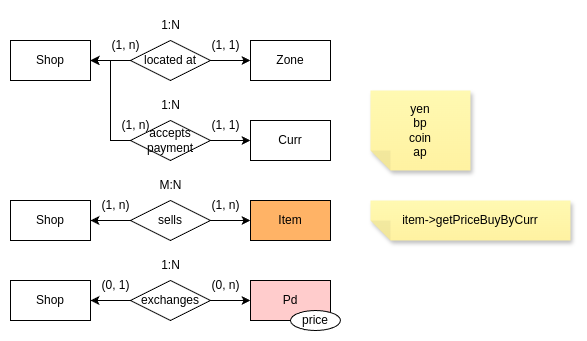
Earlier version of the draw.io export mysql/dia/kingin-er-shop.drawio.png (morenopilaralejandro/kingin). Source tidied: cells renumbered, new cells last; positions are measured from the earlier drawing's top-left corner, leaving out a move shared by most shapes. Source of this version:
```xml
<mxGraphModel>
  <root>
    <mxCell id="0" />
    <mxCell id="1" parent="0" />
    <mxCell id="2" value="Shop" style="rounded=0;whiteSpace=wrap;html=1;" parent="1" vertex="1">
      <mxGeometry y="30" width="80" height="40" as="geometry" />
    </mxCell>
    <mxCell id="3" value="Zone" style="rounded=0;whiteSpace=wrap;html=1;" parent="1" vertex="1">
      <mxGeometry x="240" y="30" width="80" height="40" as="geometry" />
    </mxCell>
    <mxCell id="4" style="edgeStyle=orthogonalEdgeStyle;rounded=0;jettySize=auto;html=1;" parent="1" edge="1" source="6" target="3">
      <mxGeometry relative="1" as="geometry" />
    </mxCell>
    <mxCell id="5" style="edgeStyle=orthogonalEdgeStyle;rounded=0;jettySize=auto;html=1;exitX=0;exitY=0.5;exitDx=0;exitDy=0;entryX=1;entryY=0.5;entryDx=0;entryDy=0;" parent="1" edge="1" source="6" target="2">
      <mxGeometry relative="1" as="geometry" />
    </mxCell>
    <mxCell id="6" value="located at" style="rhombus;whiteSpace=wrap;html=1;" parent="1" vertex="1">
      <mxGeometry x="120" y="30" width="80" height="40" as="geometry" />
    </mxCell>
    <mxCell id="7" value="Shop" style="rounded=0;whiteSpace=wrap;html=1;" parent="1" vertex="1">
      <mxGeometry y="190" width="80" height="40" as="geometry" />
    </mxCell>
    <mxCell id="8" style="edgeStyle=orthogonalEdgeStyle;rounded=0;jettySize=auto;html=1;" parent="1" edge="1" source="10" target="11">
      <mxGeometry relative="1" as="geometry" />
    </mxCell>
    <mxCell id="9" style="edgeStyle=orthogonalEdgeStyle;rounded=0;jettySize=auto;html=1;" parent="1" edge="1" source="10" target="7">
      <mxGeometry relative="1" as="geometry" />
    </mxCell>
    <mxCell id="10" value="sells" style="rhombus;whiteSpace=wrap;html=1;" parent="1" vertex="1">
      <mxGeometry x="120" y="190" width="80" height="40" as="geometry" />
    </mxCell>
    <mxCell id="11" value="Item" style="rounded=0;whiteSpace=wrap;html=1;fillColor=#FFB366;" parent="1" vertex="1">
      <mxGeometry x="240" y="190" width="80" height="40" as="geometry" />
    </mxCell>
    <mxCell id="12" value="Curr" style="rounded=0;whiteSpace=wrap;html=1;" parent="1" vertex="1">
      <mxGeometry x="240" y="110" width="80" height="40" as="geometry" />
    </mxCell>
    <mxCell id="13" value="&lt;div&gt;&lt;span style=&quot;background-color: initial;&quot;&gt;item-&amp;gt;getPriceBuyByCurr&lt;/span&gt;&lt;/div&gt;" style="shape=note;whiteSpace=wrap;html=1;backgroundOutline=1;fontColor=#000000;darkOpacity=0.05;fillColor=#FFF9B2;strokeColor=none;fillStyle=solid;direction=west;gradientDirection=north;gradientColor=#FFF2A1;shadow=1;size=20;" parent="1" vertex="1">
      <mxGeometry x="360" y="190" width="200" height="40" as="geometry" />
    </mxCell>
    <mxCell id="14" value="(1, 1)" style="text;html=1;align=center;verticalAlign=middle;strokeColor=none;fillColor=none;" parent="1" vertex="1">
      <mxGeometry x="190" y="20" width="50" height="30" as="geometry" />
    </mxCell>
    <mxCell id="15" value="(1, n)" style="text;html=1;align=center;verticalAlign=middle;strokeColor=none;fillColor=none;" parent="1" vertex="1">
      <mxGeometry x="90" y="20" width="50" height="30" as="geometry" />
    </mxCell>
    <mxCell id="16" value="1:N" style="text;html=1;align=center;verticalAlign=middle;strokeColor=none;fillColor=none;" parent="1" vertex="1">
      <mxGeometry x="140" width="40" height="30" as="geometry" />
    </mxCell>
    <mxCell id="17" value="M&lt;span style=&quot;background-color: initial;&quot;&gt;:N&lt;/span&gt;" style="text;html=1;align=center;verticalAlign=middle;strokeColor=none;fillColor=none;" parent="1" vertex="1">
      <mxGeometry x="135" y="160" width="50" height="30" as="geometry" />
    </mxCell>
    <mxCell id="18" value="(1, n&lt;span style=&quot;background-color: initial;&quot;&gt;)&lt;/span&gt;" style="text;html=1;align=center;verticalAlign=middle;strokeColor=none;fillColor=none;" parent="1" vertex="1">
      <mxGeometry x="190" y="180" width="50" height="30" as="geometry" />
    </mxCell>
    <mxCell id="19" value="(1, n)" style="text;html=1;align=center;verticalAlign=middle;strokeColor=none;fillColor=none;" parent="1" vertex="1">
      <mxGeometry x="80" y="180" width="50" height="30" as="geometry" />
    </mxCell>
    <mxCell id="20" value="Shop" style="rounded=0;whiteSpace=wrap;html=1;" parent="1" vertex="1">
      <mxGeometry y="270" width="80" height="40" as="geometry" />
    </mxCell>
    <mxCell id="21" style="edgeStyle=orthogonalEdgeStyle;rounded=0;jettySize=auto;html=1;" parent="1" edge="1" source="23" target="24">
      <mxGeometry relative="1" as="geometry" />
    </mxCell>
    <mxCell id="22" style="edgeStyle=orthogonalEdgeStyle;rounded=0;jettySize=auto;html=1;" parent="1" edge="1" source="23" target="20">
      <mxGeometry relative="1" as="geometry" />
    </mxCell>
    <mxCell id="23" value="exchanges" style="rhombus;whiteSpace=wrap;html=1;" parent="1" vertex="1">
      <mxGeometry x="120" y="270" width="80" height="40" as="geometry" />
    </mxCell>
    <mxCell id="24" value="Pd" style="rounded=0;whiteSpace=wrap;html=1;fillColor=#FFCCCC;" parent="1" vertex="1">
      <mxGeometry x="240" y="270" width="80" height="40" as="geometry" />
    </mxCell>
    <mxCell id="25" value="(0&lt;span style=&quot;background-color: initial;&quot;&gt;, n&lt;/span&gt;&lt;span style=&quot;background-color: initial;&quot;&gt;)&lt;/span&gt;" style="text;html=1;align=center;verticalAlign=middle;strokeColor=none;fillColor=none;" parent="1" vertex="1">
      <mxGeometry x="190" y="260" width="50" height="30" as="geometry" />
    </mxCell>
    <mxCell id="26" value="(0&lt;span style=&quot;background-color: initial;&quot;&gt;, 1&lt;/span&gt;&lt;span style=&quot;background-color: initial;&quot;&gt;)&lt;/span&gt;" style="text;html=1;align=center;verticalAlign=middle;strokeColor=none;fillColor=none;" parent="1" vertex="1">
      <mxGeometry x="80" y="260" width="50" height="30" as="geometry" />
    </mxCell>
    <mxCell id="27" value="1:N" style="text;html=1;align=center;verticalAlign=middle;strokeColor=none;fillColor=none;" parent="1" vertex="1">
      <mxGeometry x="140" y="240" width="40" height="30" as="geometry" />
    </mxCell>
    <mxCell id="28" value="price" style="ellipse;whiteSpace=wrap;html=1;" parent="1" vertex="1">
      <mxGeometry x="280" y="300" width="50" height="20" as="geometry" />
    </mxCell>
    <mxCell id="29" style="edgeStyle=orthogonalEdgeStyle;rounded=0;jettySize=auto;html=1;" parent="1" edge="1" source="31" target="12">
      <mxGeometry relative="1" as="geometry" />
    </mxCell>
    <mxCell id="30" style="edgeStyle=orthogonalEdgeStyle;rounded=0;jettySize=auto;html=1;entryX=1;entryY=0.5;entryDx=0;entryDy=0;" parent="1" edge="1" source="31" target="2">
      <mxGeometry relative="1" as="geometry" />
    </mxCell>
    <mxCell id="31" value="accepts payment" style="rhombus;whiteSpace=wrap;html=1;" parent="1" vertex="1">
      <mxGeometry x="120" y="110" width="80" height="40" as="geometry" />
    </mxCell>
    <mxCell id="32" value="1:N" style="text;html=1;align=center;verticalAlign=middle;strokeColor=none;fillColor=none;" parent="1" vertex="1">
      <mxGeometry x="140" y="80" width="40" height="30" as="geometry" />
    </mxCell>
    <mxCell id="33" value="(1, 1)" style="text;html=1;align=center;verticalAlign=middle;strokeColor=none;fillColor=none;" parent="1" vertex="1">
      <mxGeometry x="190" y="100" width="50" height="30" as="geometry" />
    </mxCell>
    <mxCell id="34" value="(1, n)" style="text;html=1;align=center;verticalAlign=middle;strokeColor=none;fillColor=none;" parent="1" vertex="1">
      <mxGeometry x="100" y="100" width="50" height="30" as="geometry" />
    </mxCell>
    <mxCell id="35" value="&lt;div&gt;yen&lt;/div&gt;&lt;div&gt;bp&lt;/div&gt;&lt;div&gt;coin&lt;/div&gt;&lt;div&gt;ap&lt;/div&gt;" style="shape=note;whiteSpace=wrap;html=1;backgroundOutline=1;fontColor=#000000;darkOpacity=0.05;fillColor=#FFF9B2;strokeColor=none;fillStyle=solid;direction=west;gradientDirection=north;gradientColor=#FFF2A1;shadow=1;size=20;" parent="1" vertex="1">
      <mxGeometry x="360" y="80" width="100" height="80" as="geometry" />
    </mxCell>
  </root>
</mxGraphModel>
```
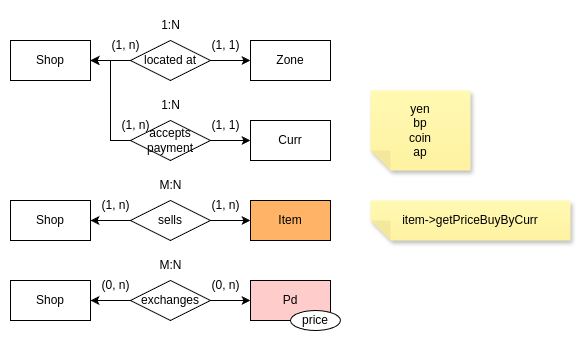
After the commit.

What changed in the source:
```diff
@@ -74,11 +74,11 @@
     <mxCell id="25" value="(0&lt;span style=&quot;background-color: initial;&quot;&gt;, n&lt;/span&gt;&lt;span style=&quot;background-color: initial;&quot;&gt;)&lt;/span&gt;" style="text;html=1;align=center;verticalAlign=middle;strokeColor=none;fillColor=none;" parent="1" vertex="1">
       <mxGeometry x="190" y="260" width="50" height="30" as="geometry" />
     </mxCell>
-    <mxCell id="26" value="(0&lt;span style=&quot;background-color: initial;&quot;&gt;, 1&lt;/span&gt;&lt;span style=&quot;background-color: initial;&quot;&gt;)&lt;/span&gt;" style="text;html=1;align=center;verticalAlign=middle;strokeColor=none;fillColor=none;" parent="1" vertex="1">
+    <mxCell id="26" value="(0&lt;span style=&quot;background-color: initial;&quot;&gt;, n&lt;/span&gt;&lt;span style=&quot;background-color: initial;&quot;&gt;)&lt;/span&gt;" style="text;html=1;align=center;verticalAlign=middle;strokeColor=none;fillColor=none;" parent="1" vertex="1">
       <mxGeometry x="80" y="260" width="50" height="30" as="geometry" />
     </mxCell>
-    <mxCell id="27" value="1:N" style="text;html=1;align=center;verticalAlign=middle;strokeColor=none;fillColor=none;" parent="1" vertex="1">
-      <mxGeometry x="140" y="240" width="40" height="30" as="geometry" />
+    <mxCell id="27" value="M:N" style="text;html=1;align=center;verticalAlign=middle;strokeColor=none;fillColor=none;" parent="1" vertex="1">
+      <mxGeometry x="135" y="240" width="50" height="30" as="geometry" />
     </mxCell>
     <mxCell id="28" value="price" style="ellipse;whiteSpace=wrap;html=1;" parent="1" vertex="1">
       <mxGeometry x="280" y="300" width="50" height="20" as="geometry" />
```
